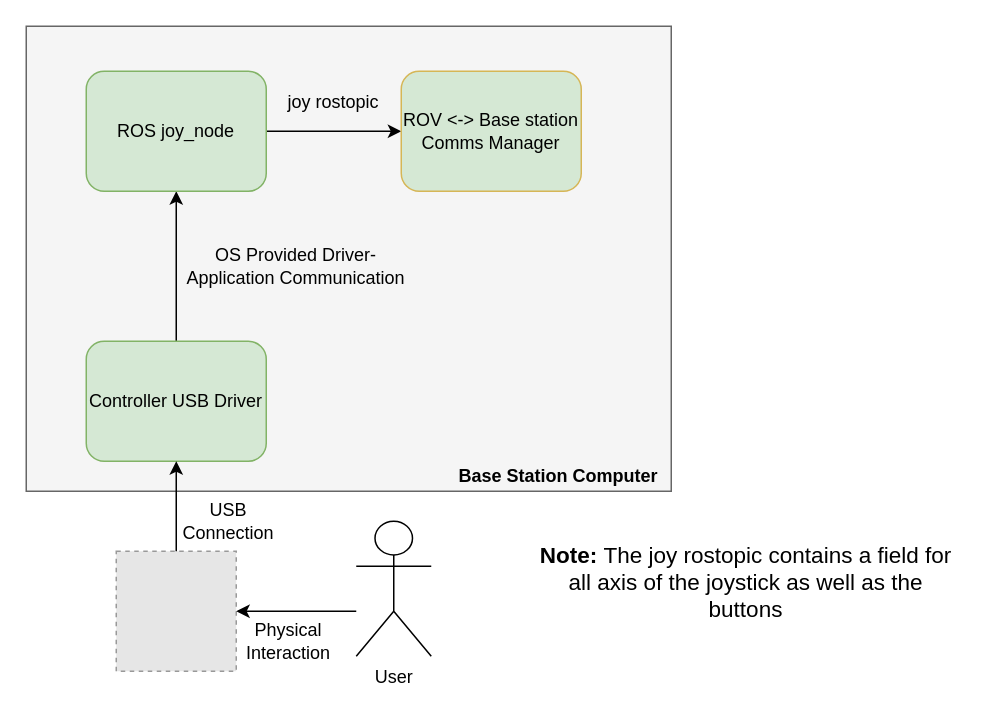
Before: docs/architecture/UserInputCollection.drawio in sherrardTr4129/RIT-MSD-Finger-Lakes-ROV, a draw.io diagram. Source tidied: cells renumbered, new cells numbered last; positions are measured from the earlier drawing's top-left corner, leaving out a move shared by most shapes. Both pictures are drawn from the tidied source at 150%, with x=0, y=0 at pixel (26, 26). Pictures stored in the file or linked from it are replaced by grey dashed boxes.
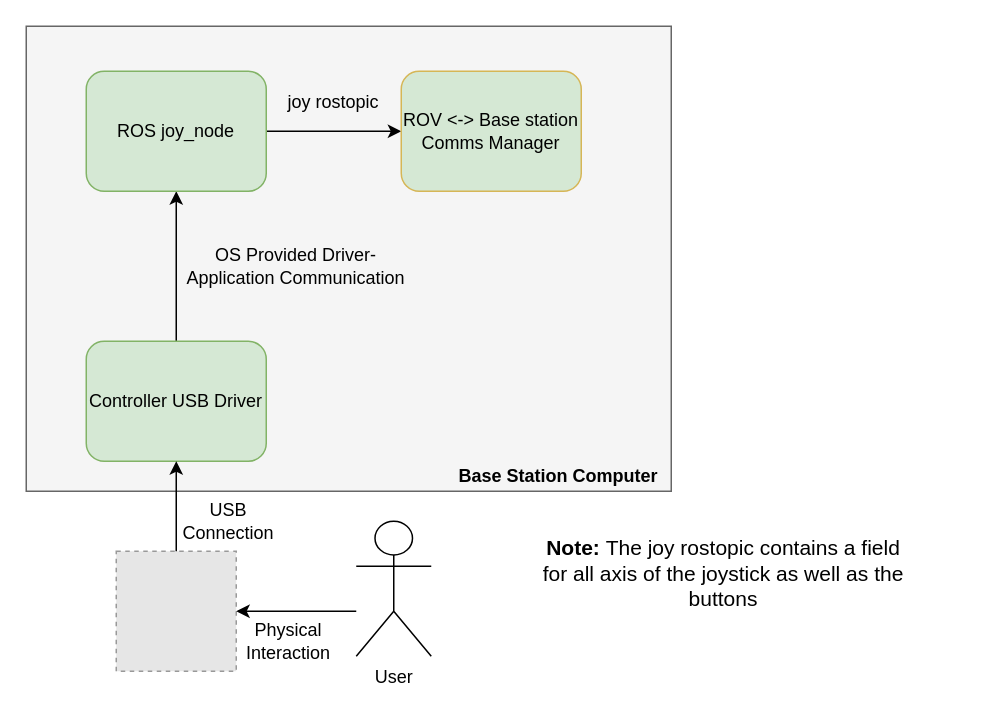
After the change.

Diff of the diagram source:
```diff
@@
 <mxGraphModel>
   <root>
     <mxCell id="0" />
     <mxCell id="1" parent="0" />
     <mxCell id="2" style="rounded=0;whiteSpace=wrap;html=1;fillColor=#f5f5f5;strokeColor=#666666;fontColor=#333333;" parent="1" vertex="1">
       <mxGeometry width="430" height="310" as="geometry" />
     </mxCell>
     <mxCell id="3" value="User" style="shape=umlActor;verticalLabelPosition=bottom;labelBackgroundColor=#ffffff;verticalAlign=top;html=1;" parent="1" vertex="1">
       <mxGeometry x="220" y="330" width="50" height="90" as="geometry" />
     </mxCell>
     <mxCell id="4" style="fillColor=#E6E6E6;strokeColor=#999999;dashed=1;html=1;verticalAlign=top;verticalLabelPosition=bottom;labelBackgroundColor=#ffffff;" parent="1" vertex="1">
       <mxGeometry x="60" y="350" width="80" height="80" as="geometry" />
     </mxCell>
     <mxCell id="5" style="endArrow=classic;html=1;entryX=1;entryY=0.5;entryDx=0;entryDy=0;" parent="1" edge="1" target="4">
       <mxGeometry relative="1" as="geometry">
         <mxPoint x="220" y="390" as="sourcePoint" />
       </mxGeometry>
     </mxCell>
     <mxCell id="6" style="edgeStyle=orthogonalEdgeStyle;rounded=0;jettySize=auto;html=1;exitX=0.5;exitY=0;exitDx=0;exitDy=0;entryX=0.5;entryY=1;entryDx=0;entryDy=0;" parent="1" edge="1" source="7" target="10">
       <mxGeometry relative="1" as="geometry" />
     </mxCell>
     <mxCell id="7" value="Controller USB Driver" style="rounded=1;whiteSpace=wrap;html=1;fillColor=#d5e8d4;strokeColor=#82b366;" parent="1" vertex="1">
       <mxGeometry x="40" y="210" width="120" height="80" as="geometry" />
     </mxCell>
     <mxCell id="8" style="edgeStyle=orthogonalEdgeStyle;rounded=0;jettySize=auto;html=1;exitX=0.5;exitY=0;exitDx=0;exitDy=0;entryX=0.5;entryY=1;entryDx=0;entryDy=0;" parent="1" edge="1" source="4" target="7">
       <mxGeometry relative="1" as="geometry" />
     </mxCell>
     <mxCell id="9" style="edgeStyle=orthogonalEdgeStyle;rounded=0;jettySize=auto;html=1;exitX=1;exitY=0.5;exitDx=0;exitDy=0;entryX=0;entryY=0.5;entryDx=0;entryDy=0;" parent="1" edge="1" source="10" target="11">
       <mxGeometry relative="1" as="geometry" />
     </mxCell>
     <mxCell id="10" value="ROS joy_node" style="rounded=1;whiteSpace=wrap;html=1;fillColor=#d5e8d4;strokeColor=#82b366;" parent="1" vertex="1">
       <mxGeometry x="40" y="30" width="120" height="80" as="geometry" />
     </mxCell>
     <mxCell id="11" value="ROV &amp;lt;-&amp;gt; Base station Comms Manager" style="rounded=1;whiteSpace=wrap;html=1;fillColor=#D5E8D4;strokeColor=#d6b656;" parent="1" vertex="1">
       <mxGeometry x="250" y="30" width="120" height="80" as="geometry" />
     </mxCell>
     <mxCell id="12" value="joy rostopic" style="text;html=1;strokeColor=none;fillColor=none;align=center;verticalAlign=middle;whiteSpace=wrap;rounded=0;" parent="1" vertex="1">
       <mxGeometry x="155" y="41" width="100" height="20" as="geometry" />
     </mxCell>
     <mxCell id="13" value="OS Provided Driver-Application Communication&lt;br&gt;" style="text;html=1;strokeColor=none;fillColor=none;align=center;verticalAlign=middle;whiteSpace=wrap;rounded=0;" parent="1" vertex="1">
       <mxGeometry x="99.5" y="150" width="160" height="20" as="geometry" />
     </mxCell>
     <mxCell id="14" value="Base Station Computer" style="text;html=1;strokeColor=none;fillColor=none;align=center;verticalAlign=middle;whiteSpace=wrap;rounded=0;fontStyle=1;" parent="1" vertex="1">
       <mxGeometry x="270" y="290" width="170" height="20" as="geometry" />
     </mxCell>
-    <mxCell id="15" value="&lt;b style=&quot;font-size: 15px;&quot;&gt;Note: &lt;/b&gt;The joy rostopic contains a field for all axis of the joystick as well as the buttons" style="text;html=1;strokeColor=none;fillColor=none;align=center;verticalAlign=middle;whiteSpace=wrap;rounded=0;fontSize=15;" parent="1" vertex="1">
-      <mxGeometry x="340" y="330" width="280" height="80" as="geometry" />
+    <mxCell id="15" value="&lt;b style=&quot;font-size: 14px;&quot;&gt;Note: &lt;/b&gt;The joy rostopic contains a field for all axis of the joystick as well as the buttons" style="text;html=1;strokeColor=none;fillColor=none;align=center;verticalAlign=middle;whiteSpace=wrap;rounded=0;fontSize=14;" parent="1" vertex="1">
+      <mxGeometry x="340" y="330" width="250" height="70" as="geometry" />
     </mxCell>
     <mxCell id="16" value="USB Connection" style="text;html=1;strokeColor=none;fillColor=none;align=center;verticalAlign=middle;whiteSpace=wrap;rounded=0;" parent="1" vertex="1">
       <mxGeometry x="115" y="320" width="40" height="20" as="geometry" />
     </mxCell>
     <mxCell id="17" value="Physical Interaction" style="text;html=1;strokeColor=none;fillColor=none;align=center;verticalAlign=middle;whiteSpace=wrap;rounded=0;" parent="1" vertex="1">
       <mxGeometry x="155" y="400" width="40" height="20" as="geometry" />
     </mxCell>
   </root>
 </mxGraphModel>
```
